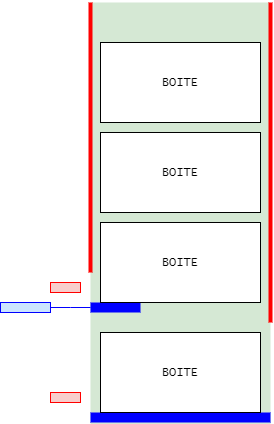
This is installation-cv.drawio.png from joriszuretti/esirem, a draw.io export, as it was before one commit. Source tidied: cells renumbered, new cells last; positions are measured from the earlier drawing's top-left corner, leaving out a move shared by most shapes. The source it was exported from:
```xml
<mxGraphModel>
  <root>
    <mxCell id="0" />
    <mxCell id="1" parent="0" />
    <mxCell id="2" style="rounded=0;whiteSpace=wrap;html=1;fillColor=#d5e8d4;strokeColor=none;strokeWidth=4;" parent="1" vertex="1">
      <mxGeometry x="90" width="180" height="422" as="geometry" />
    </mxCell>
    <mxCell id="3" value="&lt;font face=&quot;Lucida Console&quot;&gt;BOITE&lt;/font&gt;" style="rounded=0;whiteSpace=wrap;html=1;" parent="1" vertex="1">
      <mxGeometry x="100" y="40" width="160" height="80" as="geometry" />
    </mxCell>
    <mxCell id="4" value="&lt;font face=&quot;Lucida Console&quot;&gt;BOITE&lt;/font&gt;" style="rounded=0;whiteSpace=wrap;html=1;" parent="1" vertex="1">
      <mxGeometry x="100" y="130" width="160" height="80" as="geometry" />
    </mxCell>
    <mxCell id="5" style="rounded=0;whiteSpace=wrap;html=1;fillColor=#0000FF;strokeColor=none;fillStyle=auto;gradientColor=none;perimeterSpacing=8;" parent="1" vertex="1">
      <mxGeometry x="90" y="300" width="50" height="10" as="geometry" />
    </mxCell>
    <mxCell id="6" style="rounded=0;whiteSpace=wrap;html=1;fillColor=#f8cecc;strokeColor=#FF0000;" parent="1" vertex="1">
      <mxGeometry x="50" y="390" width="30" height="10" as="geometry" />
    </mxCell>
    <mxCell id="7" style="rounded=0;whiteSpace=wrap;html=1;fillColor=#f8cecc;strokeColor=#FF0000;" parent="1" vertex="1">
      <mxGeometry x="50" y="280" width="30" height="10" as="geometry" />
    </mxCell>
    <mxCell id="8" value="&lt;font face=&quot;Lucida Console&quot;&gt;BOITE&lt;/font&gt;" style="rounded=0;whiteSpace=wrap;html=1;" parent="1" vertex="1">
      <mxGeometry x="100" y="220" width="160" height="80" as="geometry" />
    </mxCell>
    <mxCell id="9" style="rounded=0;whiteSpace=wrap;html=1;fillColor=#0000FF;strokeColor=none;fillStyle=auto;gradientColor=none;perimeterSpacing=8;" parent="1" vertex="1">
      <mxGeometry x="90" y="410" width="180" height="10" as="geometry" />
    </mxCell>
    <mxCell id="10" value="&lt;font face=&quot;Lucida Console&quot;&gt;BOITE&lt;/font&gt;" style="rounded=0;whiteSpace=wrap;html=1;" parent="1" vertex="1">
      <mxGeometry x="100" y="330" width="160" height="80" as="geometry" />
    </mxCell>
    <mxCell id="11" style="endArrow=none;html=1;rounded=0;strokeWidth=4;strokeColor=#FF0000;entryX=0;entryY=0;entryDx=0;entryDy=0;" parent="1" edge="1" target="2">
      <mxGeometry relative="1" as="geometry">
        <mxPoint x="90" y="270" as="sourcePoint" />
      </mxGeometry>
    </mxCell>
    <mxCell id="12" style="endArrow=none;html=1;rounded=0;strokeWidth=4;strokeColor=#FF0000;entryX=1;entryY=0;entryDx=0;entryDy=0;" parent="1" edge="1" target="2">
      <mxGeometry relative="1" as="geometry">
        <mxPoint x="270" y="320" as="sourcePoint" />
      </mxGeometry>
    </mxCell>
    <mxCell id="13" style="edgeStyle=orthogonalEdgeStyle;rounded=0;jettySize=auto;html=1;endArrow=none;endFill=0;strokeColor=#0000FF;" parent="1" edge="1" source="14">
      <mxGeometry relative="1" as="geometry">
        <mxPoint x="90" y="305" as="targetPoint" />
      </mxGeometry>
    </mxCell>
    <mxCell id="14" style="rounded=0;whiteSpace=wrap;html=1;fillColor=#CCE5FF;strokeColor=#0000FF;verticalAlign=middle;" parent="1" vertex="1">
      <mxGeometry y="300" width="50" height="10" as="geometry" />
    </mxCell>
  </root>
</mxGraphModel>
```
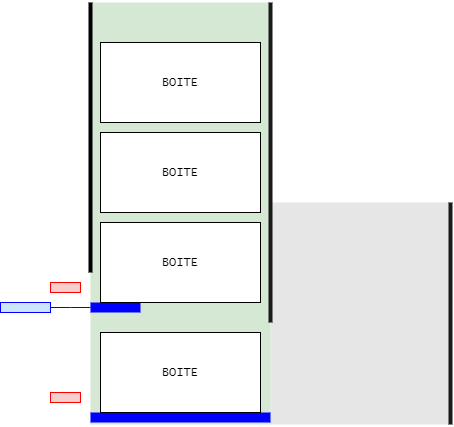
After the commit.

Commit message:
Mettre à jour installation-cv.drawio.png

Diff of the diagram source:
```diff
@@ -2,6 +2,9 @@
   <root>
     <mxCell id="0" />
     <mxCell id="1" parent="0" />
+    <mxCell id="15" style="rounded=0;whiteSpace=wrap;html=1;fillColor=#E6E6E6;strokeColor=none;strokeWidth=4;" parent="1" vertex="1">
+      <mxGeometry x="270" y="200" width="180" height="222" as="geometry" />
+    </mxCell>
     <mxCell id="2" style="rounded=0;whiteSpace=wrap;html=1;fillColor=#d5e8d4;strokeColor=none;strokeWidth=4;" parent="1" vertex="1">
       <mxGeometry x="90" width="180" height="422" as="geometry" />
     </mxCell>
@@ -29,12 +32,12 @@
     <mxCell id="10" value="&lt;font face=&quot;Lucida Console&quot;&gt;BOITE&lt;/font&gt;" style="rounded=0;whiteSpace=wrap;html=1;" parent="1" vertex="1">
       <mxGeometry x="100" y="330" width="160" height="80" as="geometry" />
     </mxCell>
-    <mxCell id="11" style="endArrow=none;html=1;rounded=0;strokeWidth=4;strokeColor=#FF0000;entryX=0;entryY=0;entryDx=0;entryDy=0;" parent="1" edge="1" target="2">
+    <mxCell id="11" style="endArrow=none;html=1;rounded=0;strokeWidth=4;strokeColor=#000000;entryX=0;entryY=0;entryDx=0;entryDy=0;" parent="1" edge="1" target="2">
       <mxGeometry relative="1" as="geometry">
         <mxPoint x="90" y="270" as="sourcePoint" />
       </mxGeometry>
     </mxCell>
-    <mxCell id="12" style="endArrow=none;html=1;rounded=0;strokeWidth=4;strokeColor=#FF0000;entryX=1;entryY=0;entryDx=0;entryDy=0;" parent="1" edge="1" target="2">
+    <mxCell id="12" style="endArrow=none;html=1;rounded=0;strokeWidth=4;strokeColor=#1A1A1A;entryX=1;entryY=0;entryDx=0;entryDy=0;" parent="1" edge="1" target="2">
       <mxGeometry relative="1" as="geometry">
         <mxPoint x="270" y="320" as="sourcePoint" />
       </mxGeometry>
@@ -47,5 +50,10 @@
     <mxCell id="14" style="rounded=0;whiteSpace=wrap;html=1;fillColor=#CCE5FF;strokeColor=#0000FF;verticalAlign=middle;" parent="1" vertex="1">
       <mxGeometry y="300" width="50" height="10" as="geometry" />
     </mxCell>
+    <mxCell id="16" style="endArrow=none;html=1;rounded=0;strokeWidth=4;strokeColor=#1A1A1A;entryX=0;entryY=0;entryDx=0;entryDy=0;exitX=1;exitY=1;exitDx=0;exitDy=0;" parent="1" edge="1" source="15">
+      <mxGeometry relative="1" as="geometry">
+        <mxPoint x="450" y="200" as="targetPoint" />
+      </mxGeometry>
+    </mxCell>
   </root>
 </mxGraphModel>
```
